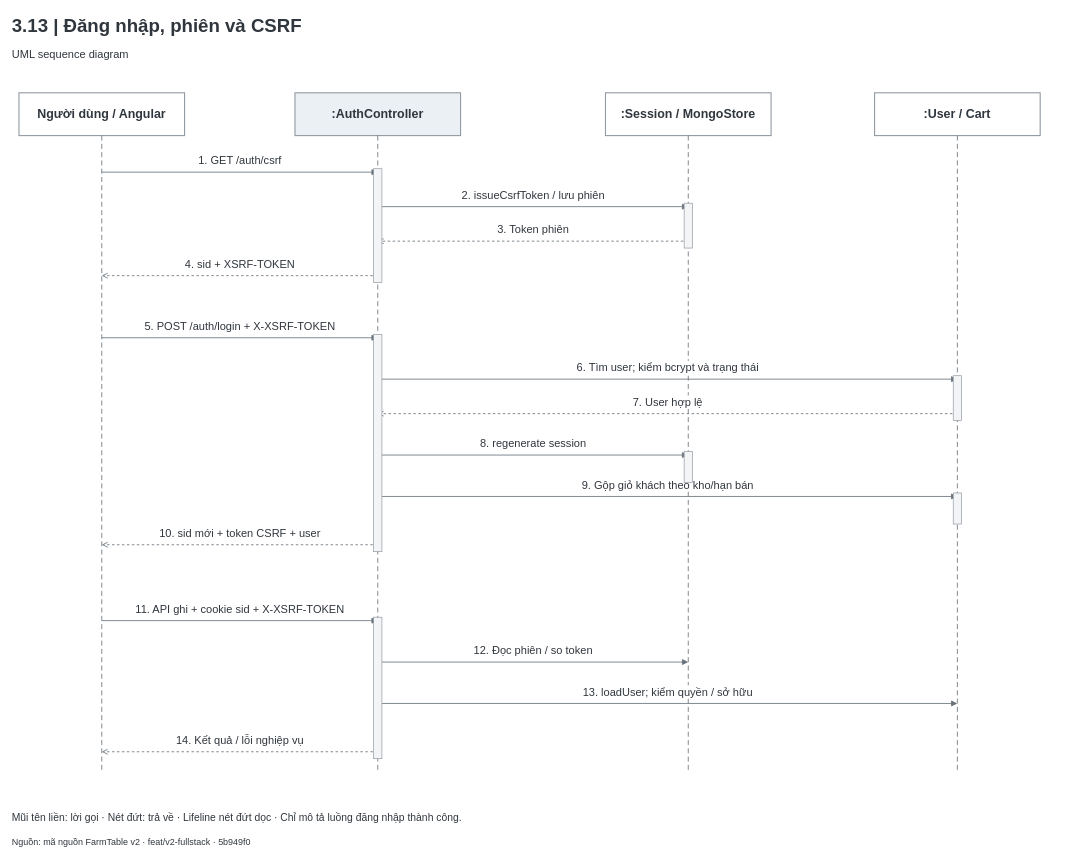
Before: FarmTable_Chuong3/So_do_BA/drawio/Hinh_3_13.drawio in hathu1272006-eng/PTWnangcao, a draw.io diagram. Source tidied: cells renumbered, new cells numbered last; positions are measured from the earlier drawing's top-left corner, leaving out a move shared by most shapes. Both pictures are drawn from the tidied source at 69%, with x=0, y=0 at pixel (12, 12).
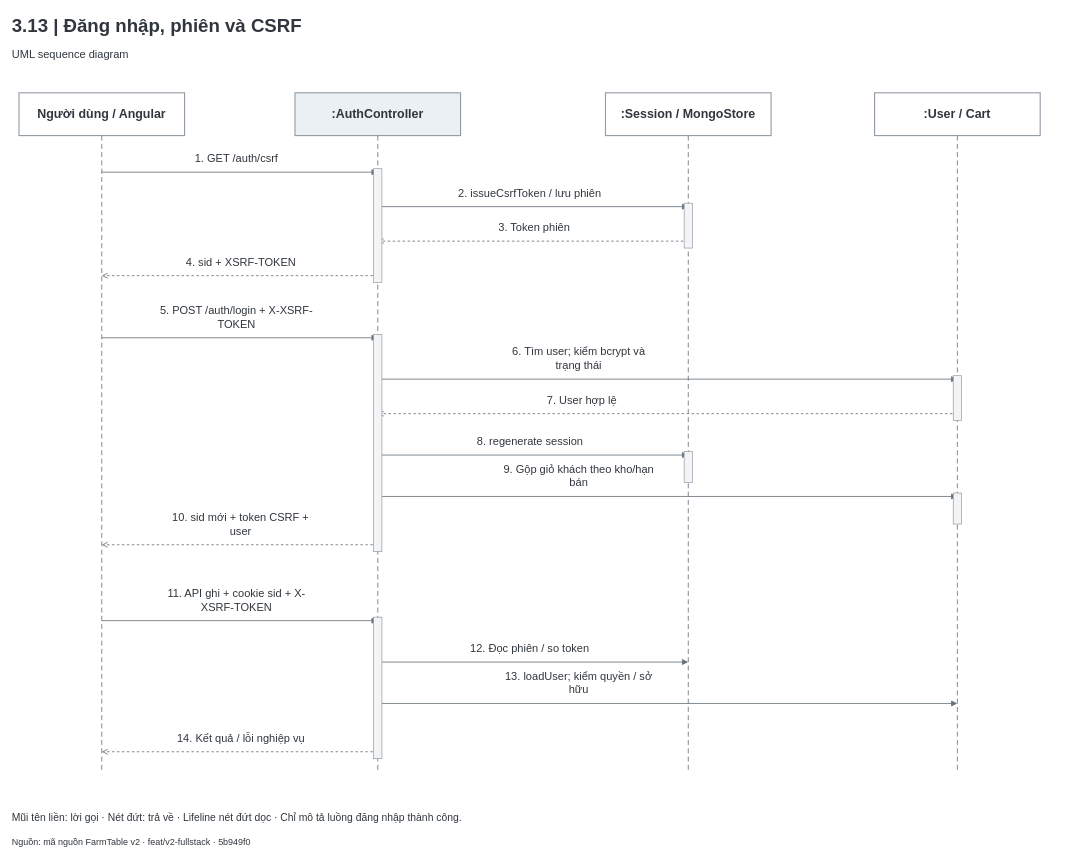
The same diagram, later.

Diff of the diagram source:
```diff
@@
-    <mxCell id="12" value="1. GET /auth/csrf" style="edgeStyle=none;html=1;endArrow=none;strokeWidth=1.2;endArrow=block;endFill=1;fontSize=16;labelBackgroundColor=#FFFFFF;verticalAlign=bottom;spacingBottom=5;strokeColor=#68717A;fontColor=#30363D;" parent="1" edge="1">
+    <mxCell id="12" value="1. GET /auth/csrf" style="edgeStyle=none;html=1;endArrow=none;strokeWidth=1.2;endArrow=block;endFill=1;fontSize=16;spacingBottom=5;strokeColor=#68717A;fontColor=#30363D;align=center;verticalAlign=middle;labelPosition=center;verticalLabelPosition=middle;whiteSpace=wrap;labelBackgroundColor=#FFFFFF;labelWidth=147;" parent="1" edge="1">
       <mxGeometry relative="1" as="geometry">
         <mxPoint x="130" y="232" as="sourcePoint" />
         <mxPoint x="530" y="232" as="targetPoint" />
+        <mxPoint x="-4.5" y="-17.2" as="offset" />
       </mxGeometry>
     </mxCell>
-    <mxCell id="13" value="2. issueCsrfToken / lưu phiên" style="edgeStyle=none;html=1;endArrow=none;strokeWidth=1.2;endArrow=block;endFill=1;fontSize=16;labelBackgroundColor=#FFFFFF;verticalAlign=bottom;spacingBottom=5;strokeColor=#68717A;fontColor=#30363D;" parent="1" edge="1">
+    <mxCell id="13" value="2. issueCsrfToken / lưu phiên" style="edgeStyle=none;html=1;endArrow=none;strokeWidth=1.2;endArrow=block;endFill=1;fontSize=16;spacingBottom=5;strokeColor=#68717A;fontColor=#30363D;align=center;verticalAlign=middle;labelPosition=center;verticalLabelPosition=middle;whiteSpace=wrap;labelBackgroundColor=#FFFFFF;labelWidth=225;" parent="1" edge="1">
       <mxGeometry relative="1" as="geometry">
         <mxPoint x="530" y="282" as="sourcePoint" />
         <mxPoint x="980" y="282" as="targetPoint" />
+        <mxPoint x="-4.5" y="-17.2" as="offset" />
       </mxGeometry>
     </mxCell>
-    <mxCell id="14" value="3. Token phiên" style="edgeStyle=none;html=1;endArrow=none;strokeWidth=1.2;endArrow=open;endFill=0;dashed=1;fontSize=16;labelBackgroundColor=#FFFFFF;verticalAlign=bottom;spacingBottom=5;strokeColor=#68717A;fontColor=#30363D;" parent="1" edge="1">
+    <mxCell id="14" value="3. Token phiên" style="edgeStyle=none;html=1;endArrow=none;strokeWidth=1.2;endArrow=open;endFill=0;dashed=1;fontSize=16;spacingBottom=5;strokeColor=#68717A;fontColor=#30363D;align=center;verticalAlign=middle;labelPosition=center;verticalLabelPosition=middle;whiteSpace=wrap;labelBackgroundColor=#FFFFFF;labelWidth=124;" parent="1" edge="1">
       <mxGeometry relative="1" as="geometry">
         <mxPoint x="980" y="332" as="sourcePoint" />
         <mxPoint x="530" y="332" as="targetPoint" />
+        <mxPoint x="1.7" y="-17.2" as="offset" />
       </mxGeometry>
     </mxCell>
-    <mxCell id="15" value="4. sid + XSRF-TOKEN" style="edgeStyle=none;html=1;endArrow=none;strokeWidth=1.2;endArrow=open;endFill=0;dashed=1;fontSize=16;labelBackgroundColor=#FFFFFF;verticalAlign=bottom;spacingBottom=5;strokeColor=#68717A;fontColor=#30363D;" parent="1" edge="1">
+    <mxCell id="15" value="4. sid + XSRF-TOKEN" style="edgeStyle=none;html=1;endArrow=none;strokeWidth=1.2;endArrow=open;endFill=0;dashed=1;fontSize=16;spacingBottom=5;strokeColor=#68717A;fontColor=#30363D;align=center;verticalAlign=middle;labelPosition=center;verticalLabelPosition=middle;whiteSpace=wrap;labelBackgroundColor=#FFFFFF;labelWidth=162;" parent="1" edge="1">
       <mxGeometry relative="1" as="geometry">
         <mxPoint x="530" y="382" as="sourcePoint" />
         <mxPoint x="130" y="382" as="targetPoint" />
+        <mxPoint x="1.7" y="-17.2" as="offset" />
       </mxGeometry>
     </mxCell>
-    <mxCell id="16" value="5. POST /auth/login + X-XSRF-TOKEN" style="edgeStyle=none;html=1;endArrow=none;strokeWidth=1.2;endArrow=block;endFill=1;fontSize=16;labelBackgroundColor=#FFFFFF;verticalAlign=bottom;spacingBottom=5;strokeColor=#68717A;fontColor=#30363D;" parent="1" edge="1">
+    <mxCell id="16" value="5. POST /auth/login + X-XSRF-TOKEN" style="edgeStyle=none;html=1;endArrow=none;strokeWidth=1.2;endArrow=block;endFill=1;fontSize=16;spacingBottom=5;strokeColor=#68717A;fontColor=#30363D;align=center;verticalAlign=middle;labelPosition=center;verticalLabelPosition=middle;whiteSpace=wrap;labelBackgroundColor=#FFFFFF;labelWidth=225;" parent="1" edge="1">
       <mxGeometry relative="1" as="geometry">
         <mxPoint x="130" y="472" as="sourcePoint" />
         <mxPoint x="530" y="472" as="targetPoint" />
+        <mxPoint x="-4.5" y="-27.4" as="offset" />
       </mxGeometry>
     </mxCell>
-    <mxCell id="17" value="6. Tìm user; kiểm bcrypt và trạng thái" style="edgeStyle=none;html=1;endArrow=none;strokeWidth=1.2;endArrow=block;endFill=1;fontSize=16;labelBackgroundColor=#FFFFFF;verticalAlign=bottom;spacingBottom=5;strokeColor=#68717A;fontColor=#30363D;" parent="1" edge="1">
+    <mxCell id="17" value="6. Tìm user; kiểm bcrypt và trạng thái" style="edgeStyle=none;html=1;endArrow=none;strokeWidth=1.2;endArrow=block;endFill=1;fontSize=16;spacingBottom=5;strokeColor=#68717A;fontColor=#30363D;align=center;verticalAlign=middle;labelPosition=center;verticalLabelPosition=middle;whiteSpace=wrap;labelBackgroundColor=#FFFFFF;labelWidth=225;" parent="1" edge="1">
       <mxGeometry relative="1" as="geometry">
         <mxPoint x="530" y="532" as="sourcePoint" />
         <mxPoint x="1370" y="532" as="targetPoint" />
+        <mxPoint x="-129" y="-27.4" as="offset" />
       </mxGeometry>
     </mxCell>
-    <mxCell id="18" value="7. User hợp lệ" style="edgeStyle=none;html=1;endArrow=none;strokeWidth=1.2;endArrow=open;endFill=0;dashed=1;fontSize=16;labelBackgroundColor=#FFFFFF;verticalAlign=bottom;spacingBottom=5;strokeColor=#68717A;fontColor=#30363D;" parent="1" edge="1">
+    <mxCell id="18" value="7. User hợp lệ" style="edgeStyle=none;html=1;endArrow=none;strokeWidth=1.2;endArrow=open;endFill=0;dashed=1;fontSize=16;spacingBottom=5;strokeColor=#68717A;fontColor=#30363D;align=center;verticalAlign=middle;labelPosition=center;verticalLabelPosition=middle;whiteSpace=wrap;labelBackgroundColor=#FFFFFF;labelWidth=124;" parent="1" edge="1">
       <mxGeometry relative="1" as="geometry">
         <mxPoint x="1370" y="582" as="sourcePoint" />
         <mxPoint x="530" y="582" as="targetPoint" />
+        <mxPoint x="-124.5" y="-17.2" as="offset" />
       </mxGeometry>
     </mxCell>
-    <mxCell id="19" value="8. regenerate session" style="edgeStyle=none;html=1;endArrow=none;strokeWidth=1.2;endArrow=block;endFill=1;fontSize=16;labelBackgroundColor=#FFFFFF;verticalAlign=bottom;spacingBottom=5;strokeColor=#68717A;fontColor=#30363D;" parent="1" edge="1">
+    <mxCell id="19" value="8. regenerate session" style="edgeStyle=none;html=1;endArrow=none;strokeWidth=1.2;endArrow=block;endFill=1;fontSize=16;spacingBottom=5;strokeColor=#68717A;fontColor=#30363D;align=center;verticalAlign=middle;labelPosition=center;verticalLabelPosition=middle;whiteSpace=wrap;labelBackgroundColor=#FFFFFF;labelWidth=178;" parent="1" edge="1">
       <mxGeometry relative="1" as="geometry">
         <mxPoint x="530" y="642" as="sourcePoint" />
         <mxPoint x="980" y="642" as="targetPoint" />
+        <mxPoint x="-4.5" y="-17.2" as="offset" />
       </mxGeometry>
     </mxCell>
-    <mxCell id="20" value="9. Gộp giỏ khách theo kho/hạn bán" style="edgeStyle=none;html=1;endArrow=none;strokeWidth=1.2;endArrow=block;endFill=1;fontSize=16;labelBackgroundColor=#FFFFFF;verticalAlign=bottom;spacingBottom=5;strokeColor=#68717A;fontColor=#30363D;" parent="1" edge="1">
+    <mxCell id="20" value="9. Gộp giỏ khách theo kho/hạn bán" style="edgeStyle=none;html=1;endArrow=none;strokeWidth=1.2;endArrow=block;endFill=1;fontSize=16;spacingBottom=5;strokeColor=#68717A;fontColor=#30363D;align=center;verticalAlign=middle;labelPosition=center;verticalLabelPosition=middle;whiteSpace=wrap;labelBackgroundColor=#FFFFFF;labelWidth=225;" parent="1" edge="1">
       <mxGeometry relative="1" as="geometry">
         <mxPoint x="530" y="702" as="sourcePoint" />
         <mxPoint x="1370" y="702" as="targetPoint" />
+        <mxPoint x="-129" y="-27.4" as="offset" />
       </mxGeometry>
     </mxCell>
-    <mxCell id="21" value="10. sid mới + token CSRF + user" style="edgeStyle=none;html=1;endArrow=none;strokeWidth=1.2;endArrow=open;endFill=0;dashed=1;fontSize=16;labelBackgroundColor=#FFFFFF;verticalAlign=bottom;spacingBottom=5;strokeColor=#68717A;fontColor=#30363D;" parent="1" edge="1">
+    <mxCell id="21" value="10. sid mới + token CSRF + user" style="edgeStyle=none;html=1;endArrow=none;strokeWidth=1.2;endArrow=open;endFill=0;dashed=1;fontSize=16;spacingBottom=5;strokeColor=#68717A;fontColor=#30363D;align=center;verticalAlign=middle;labelPosition=center;verticalLabelPosition=middle;whiteSpace=wrap;labelBackgroundColor=#FFFFFF;labelWidth=225;" parent="1" edge="1">
       <mxGeometry relative="1" as="geometry">
         <mxPoint x="530" y="772" as="sourcePoint" />
         <mxPoint x="130" y="772" as="targetPoint" />
+        <mxPoint x="1.7" y="-27.4" as="offset" />
       </mxGeometry>
     </mxCell>
-    <mxCell id="22" value="11. API ghi + cookie sid + X-XSRF-TOKEN" style="edgeStyle=none;html=1;endArrow=none;strokeWidth=1.2;endArrow=block;endFill=1;fontSize=16;labelBackgroundColor=#FFFFFF;verticalAlign=bottom;spacingBottom=5;strokeColor=#68717A;fontColor=#30363D;" parent="1" edge="1">
+    <mxCell id="22" value="11. API ghi + cookie sid + X-XSRF-TOKEN" style="edgeStyle=none;html=1;endArrow=none;strokeWidth=1.2;endArrow=block;endFill=1;fontSize=16;spacingBottom=5;strokeColor=#68717A;fontColor=#30363D;align=center;verticalAlign=middle;labelPosition=center;verticalLabelPosition=middle;whiteSpace=wrap;labelBackgroundColor=#FFFFFF;labelWidth=225;" parent="1" edge="1">
       <mxGeometry relative="1" as="geometry">
         <mxPoint x="130" y="882" as="sourcePoint" />
         <mxPoint x="530" y="882" as="targetPoint" />
+        <mxPoint x="-4.5" y="-27.4" as="offset" />
       </mxGeometry>
     </mxCell>
-    <mxCell id="23" value="12. Đọc phiên / so token" style="edgeStyle=none;html=1;endArrow=none;strokeWidth=1.2;endArrow=block;endFill=1;fontSize=16;labelBackgroundColor=#FFFFFF;verticalAlign=bottom;spacingBottom=5;strokeColor=#68717A;fontColor=#30363D;" parent="1" edge="1">
+    <mxCell id="23" value="12. Đọc phiên / so token" style="edgeStyle=none;html=1;endArrow=none;strokeWidth=1.2;endArrow=block;endFill=1;fontSize=16;spacingBottom=5;strokeColor=#68717A;fontColor=#30363D;align=center;verticalAlign=middle;labelPosition=center;verticalLabelPosition=middle;whiteSpace=wrap;labelBackgroundColor=#FFFFFF;labelWidth=201;" parent="1" edge="1">
       <mxGeometry relative="1" as="geometry">
         <mxPoint x="530" y="942" as="sourcePoint" />
         <mxPoint x="980" y="942" as="targetPoint" />
+        <mxPoint x="-4.5" y="-17.2" as="offset" />
       </mxGeometry>
     </mxCell>
-    <mxCell id="24" value="13. loadUser; kiểm quyền / sở hữu" style="edgeStyle=none;html=1;endArrow=none;strokeWidth=1.2;endArrow=block;endFill=1;fontSize=16;labelBackgroundColor=#FFFFFF;verticalAlign=bottom;spacingBottom=5;strokeColor=#68717A;fontColor=#30363D;" parent="1" edge="1">
+    <mxCell id="24" value="13. loadUser; kiểm quyền / sở hữu" style="edgeStyle=none;html=1;endArrow=none;strokeWidth=1.2;endArrow=block;endFill=1;fontSize=16;spacingBottom=5;strokeColor=#68717A;fontColor=#30363D;align=center;verticalAlign=middle;labelPosition=center;verticalLabelPosition=middle;whiteSpace=wrap;labelBackgroundColor=#FFFFFF;labelWidth=225;" parent="1" edge="1">
       <mxGeometry relative="1" as="geometry">
         <mxPoint x="530" y="1002" as="sourcePoint" />
         <mxPoint x="1370" y="1002" as="targetPoint" />
+        <mxPoint x="-129" y="-27.4" as="offset" />
       </mxGeometry>
     </mxCell>
-    <mxCell id="25" value="14. Kết quả / lỗi nghiệp vụ" style="edgeStyle=none;html=1;endArrow=none;strokeWidth=1.2;endArrow=open;endFill=0;dashed=1;fontSize=16;labelBackgroundColor=#FFFFFF;verticalAlign=bottom;spacingBottom=5;strokeColor=#68717A;fontColor=#30363D;" parent="1" edge="1">
+    <mxCell id="25" value="14. Kết quả / lỗi nghiệp vụ" style="edgeStyle=none;html=1;endArrow=none;strokeWidth=1.2;endArrow=open;endFill=0;dashed=1;fontSize=16;spacingBottom=5;strokeColor=#68717A;fontColor=#30363D;align=center;verticalAlign=middle;labelPosition=center;verticalLabelPosition=middle;whiteSpace=wrap;labelBackgroundColor=#FFFFFF;labelWidth=224;" parent="1" edge="1">
       <mxGeometry relative="1" as="geometry">
         <mxPoint x="530" y="1072" as="sourcePoint" />
         <mxPoint x="130" y="1072" as="targetPoint" />
+        <mxPoint x="1.7" y="-17.2" as="offset" />
       </mxGeometry>
     </mxCell>
```
